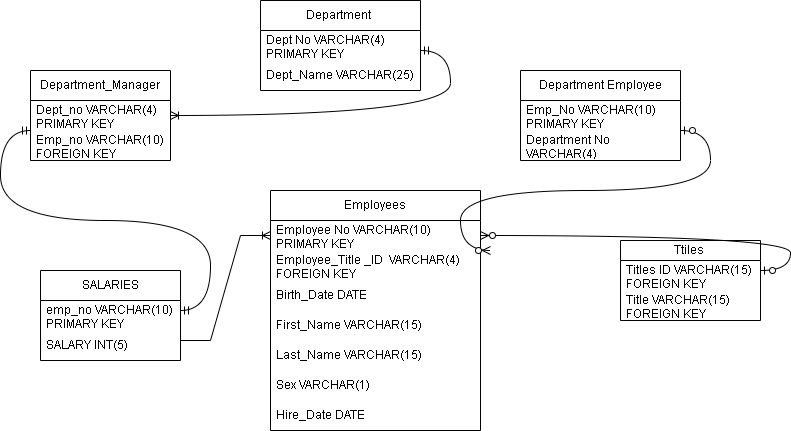
The draw.io diagram Untitled Diagram.drawio.png in gv-priya/SQL-challenge, before a commit. Source tidied: cells renumbered, new cells last; positions are measured from the earlier drawing's top-left corner, leaving out a move shared by most shapes.
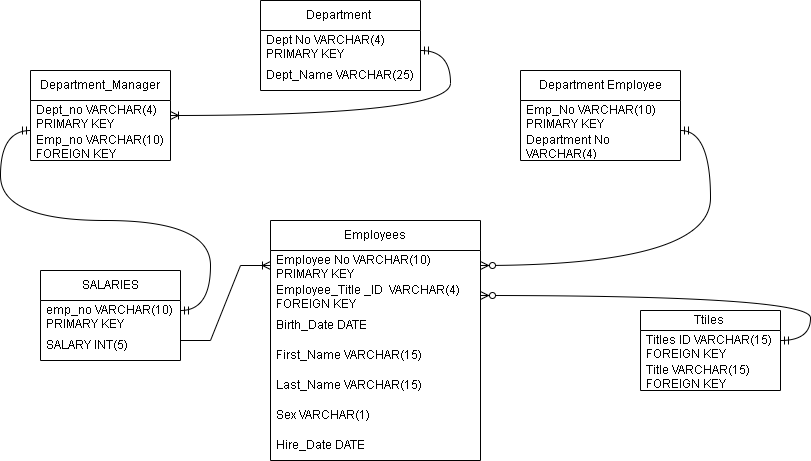
The same diagram one commit later.

Change to the diagram source:
```diff
@@ -30,7 +30,7 @@
       <mxGeometry y="60" width="160" height="30" as="geometry" />
     </mxCell>
     <mxCell id="11" value="Employees" style="swimlane;fontStyle=0;horizontal=1;startSize=30;whiteSpace=wrap;html=1;" parent="1" vertex="1">
-      <mxGeometry x="240" y="190" width="210" height="240" as="geometry" />
+      <mxGeometry x="240" y="220" width="210" height="240" as="geometry" />
     </mxCell>
     <mxCell id="12" value="Employee No VARCHAR(10)&amp;nbsp; PRIMARY KEY" style="text;strokeColor=none;fillColor=none;align=left;verticalAlign=middle;spacingLeft=4;spacingRight=4;overflow=hidden;points=[[0,0.5],[1,0.5]];portConstraint=eastwest;whiteSpace=wrap;html=1;" parent="11" vertex="1">
       <mxGeometry y="30" width="210" height="30" as="geometry" />
@@ -53,8 +53,8 @@
     <mxCell id="18" value="Hire_Date DATE" style="text;strokeColor=none;fillColor=none;align=left;verticalAlign=middle;spacingLeft=4;spacingRight=4;overflow=hidden;whiteSpace=wrap;html=1;" parent="11" vertex="1">
       <mxGeometry y="210" width="210" height="30" as="geometry" />
     </mxCell>
-    <mxCell id="19" value="Ttiles&amp;nbsp;" style="swimlane;fontStyle=0;horizontal=1;startSize=20;whiteSpace=wrap;html=1;" parent="1" vertex="1">
-      <mxGeometry x="590" y="240" width="140" height="80" as="geometry" />
+    <mxCell id="19" value="Ttiles&amp;nbsp;" style="swimlane;fontStyle=0;horizontal=1;startSize=20;whiteSpace=wrap;html=1;direction=east;" parent="1" vertex="1">
+      <mxGeometry x="610" y="310" width="140" height="80" as="geometry" />
     </mxCell>
     <mxCell id="20" value="Titles ID VARCHAR(15) FOREIGN KEY" style="text;strokeColor=none;fillColor=none;align=left;verticalAlign=middle;spacingLeft=4;spacingRight=4;overflow=hidden;whiteSpace=wrap;html=1;" parent="19" vertex="1">
       <mxGeometry y="20" width="140" height="30" as="geometry" />
@@ -81,39 +81,6 @@
         </Array>
       </mxGeometry>
     </mxCell>
-    <mxCell id="26" style="edgeStyle=entityRelationEdgeStyle;fontSize=12;html=1;endArrow=ERzeroToMany;startArrow=ERzeroToOne;rounded=0;curved=1;" parent="1" edge="1" target="12">
-      <mxGeometry relative="1" as="geometry">
-        <mxPoint x="730" y="270" as="sourcePoint" />
-        <Array as="points">
-          <mxPoint x="790" y="270" />
-          <mxPoint x="790" y="165" />
-          <mxPoint x="610" y="210" />
-          <mxPoint x="610" y="210" />
-          <mxPoint x="790" y="125" />
-          <mxPoint x="650" y="190" />
-          <mxPoint x="650" y="190" />
-          <mxPoint x="640" y="95" />
-          <mxPoint x="810" y="250" />
-          <mxPoint x="810" y="300" />
-          <mxPoint x="800" y="365" />
-          <mxPoint x="840" y="245" />
-          <mxPoint x="650" y="200" />
-          <mxPoint x="640" y="210" />
-          <mxPoint x="550" y="220" />
-          <mxPoint x="630" y="200" />
-          <mxPoint x="780" y="185" />
-          <mxPoint x="810" y="195" />
-          <mxPoint x="650" y="195" />
-          <mxPoint x="650" y="185" />
-          <mxPoint x="650" y="195" />
-          <mxPoint x="650" y="195" />
-          <mxPoint x="640" y="195" />
-          <mxPoint x="650" y="195" />
-          <mxPoint x="650" y="175" />
-          <mxPoint x="650" y="195" />
-        </Array>
-      </mxGeometry>
-    </mxCell>
     <mxCell id="27" style="edgeStyle=entityRelationEdgeStyle;fontSize=12;html=1;endArrow=ERmandOne;startArrow=ERmandOne;rounded=0;curved=1;" parent="1" edge="1">
       <mxGeometry relative="1" as="geometry">
         <mxPoint x="150" y="310" as="sourcePoint" />
@@ -125,19 +92,25 @@
         <mxPoint x="390" y="50" as="sourcePoint" />
       </mxGeometry>
     </mxCell>
-    <mxCell id="29" style="edgeStyle=entityRelationEdgeStyle;fontSize=12;html=1;endArrow=ERzeroToMany;startArrow=ERzeroToOne;rounded=0;curved=1;" parent="1" edge="1">
-      <mxGeometry relative="1" as="geometry">
-        <mxPoint x="650" y="130" as="sourcePoint" />
-        <mxPoint x="460" y="250" as="targetPoint" />
-        <Array as="points">
-          <mxPoint x="720" y="140" />
-          <mxPoint x="540" y="220" />
-          <mxPoint x="650" y="200" />
-          <mxPoint x="520" y="240" />
-          <mxPoint x="730" y="150" />
-          <mxPoint x="690" y="180" />
-        </Array>
-      </mxGeometry>
-    </mxCell>
+    <mxCell id="30" style="edgeStyle=entityRelationEdgeStyle;fontSize=12;html=1;endArrow=ERzeroToMany;startArrow=ERmandOne;rounded=0;curved=1;" parent="1" edge="1" target="12">
+      <mxGeometry relative="1" as="geometry">
+        <mxPoint x="650" y="130" as="sourcePoint" />
+        <Array as="points">
+          <mxPoint x="210" y="290" />
+          <mxPoint x="200" y="290" />
+        </Array>
+      </mxGeometry>
+    </mxCell>
+    <mxCell id="31" style="edgeStyle=entityRelationEdgeStyle;fontSize=12;html=1;endArrow=ERzeroToMany;startArrow=ERmandOne;rounded=0;curved=1;" parent="1" edge="1" target="13">
+      <mxGeometry relative="1" as="geometry">
+        <mxPoint x="750" y="340" as="sourcePoint" />
+        <Array as="points">
+          <mxPoint x="770" y="490" />
+          <mxPoint x="680" y="470" />
+          <mxPoint x="620" y="390" />
+          <mxPoint x="630" y="250" />
+        </Array>
+      </mxGeometry>
+    </mxCell>
   </root>
 </mxGraphModel>
```
